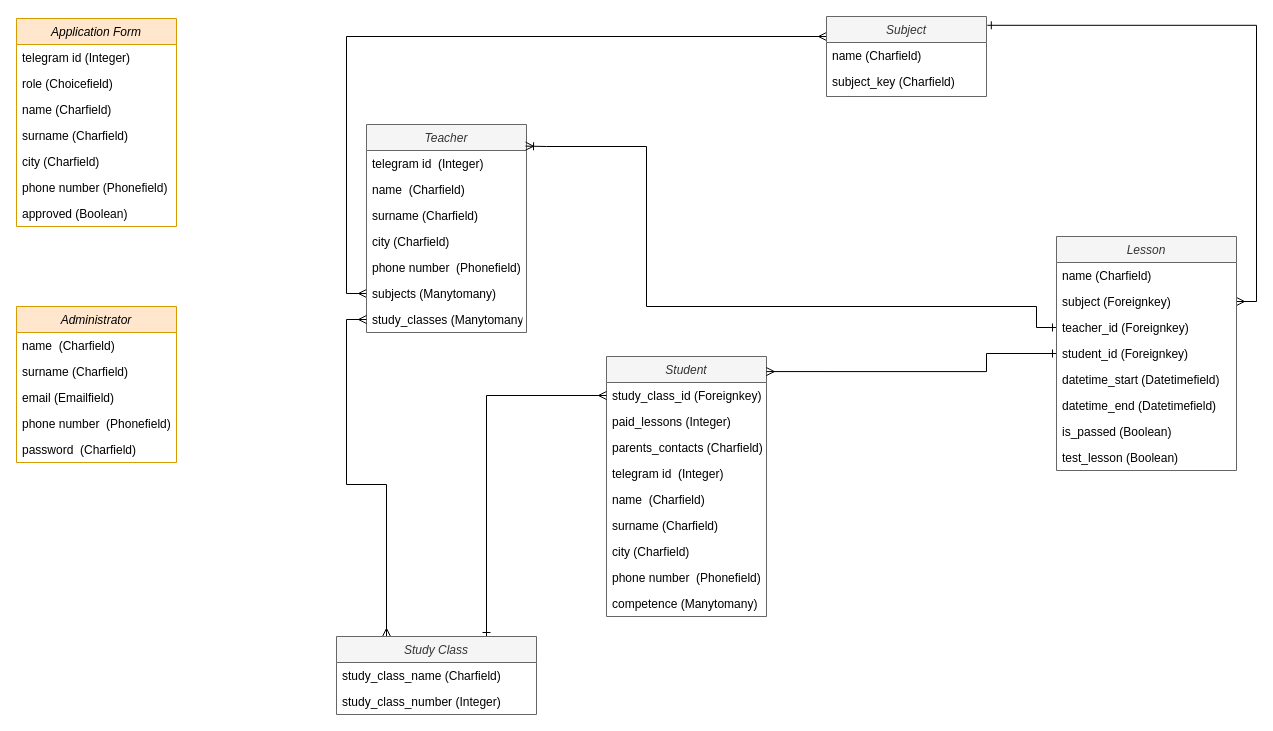
Studio-Yandex-Practicum/Goodstart_telegram_bot keeps this draw.io diagram as docs/Goodstart ER diagram.drawio. Above is the earlier version. Source tidied: cells renumbered, new cells numbered last; positions are measured from the earlier drawing's top-left corner, leaving out a move shared by most shapes. Both pictures are drawn from the tidied source at 100%, with x=0, y=0 at pixel (16, 16).
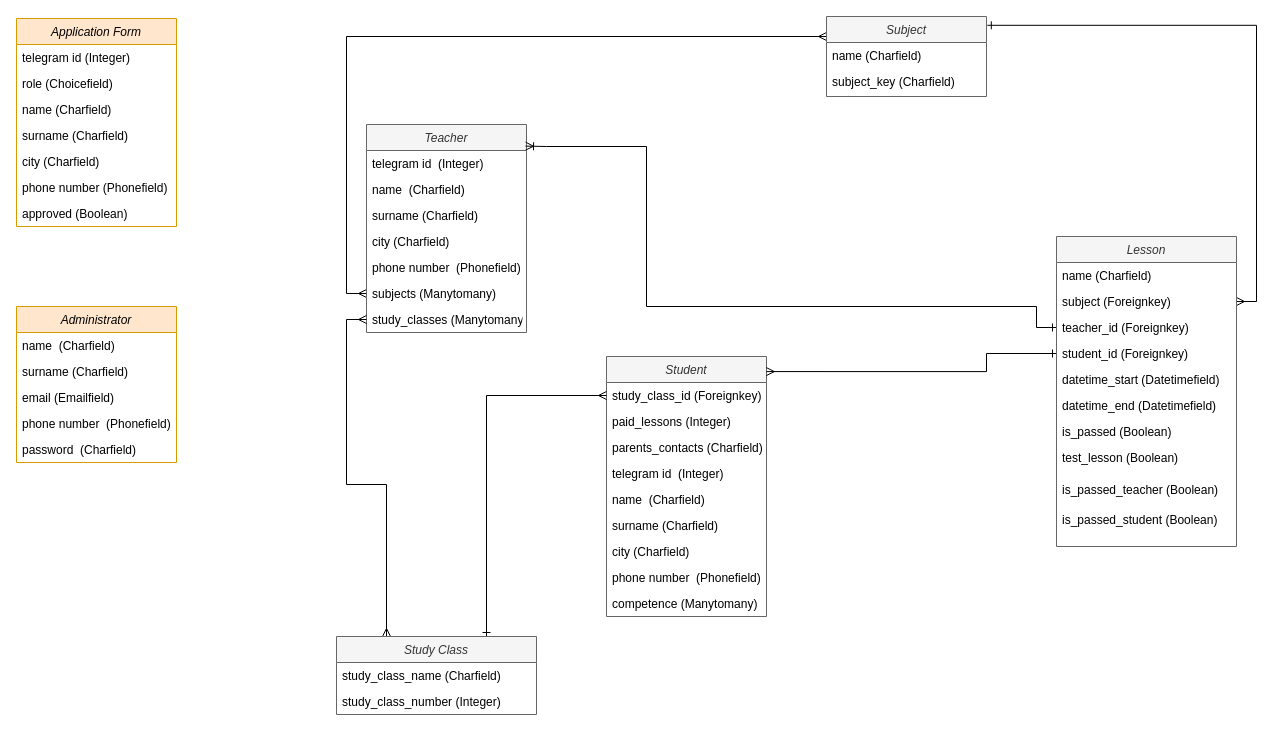
The same diagram, later.

Diff of the diagram source:
```diff
@@
     <mxCell id="35" value="Lesson" style="swimlane;fontStyle=2;align=center;verticalAlign=top;horizontal=1;startSize=26;rounded=0;shadow=0;strokeWidth=1;fillColor=#f5f5f5;fontColor=#333333;strokeColor=#666666;" parent="1" vertex="1">
-      <mxGeometry x="1040" y="220" width="180" height="234" as="geometry" />
+      <mxGeometry x="1040" y="220" width="180" height="310" as="geometry" />
     </mxCell>
@@
     <mxCell id="43" value="test_lesson (Boolean)" style="text;align=left;verticalAlign=top;spacingLeft=4;spacingRight=4;overflow=hidden;rounded=0;shadow=0;html=0;" parent="35" vertex="1">
-      <mxGeometry y="208" width="180" height="26" as="geometry" />
+      <mxGeometry y="208" width="180" height="32" as="geometry" />
     </mxCell>
+    <mxCell id="55" value="is_passed_teacher (Boolean)" style="text;align=left;verticalAlign=top;spacingLeft=4;spacingRight=4;overflow=hidden;rounded=0;shadow=0;html=0;" parent="35" vertex="1">
+      <mxGeometry y="240" width="180" height="30" as="geometry" />
+    </mxCell>
+    <mxCell id="56" value="is_passed_student (Boolean)" style="text;align=left;verticalAlign=top;spacingLeft=4;spacingRight=4;overflow=hidden;rounded=0;shadow=0;html=0;" parent="35" vertex="1">
+      <mxGeometry y="270" width="180" height="30" as="geometry" />
+    </mxCell>
```
